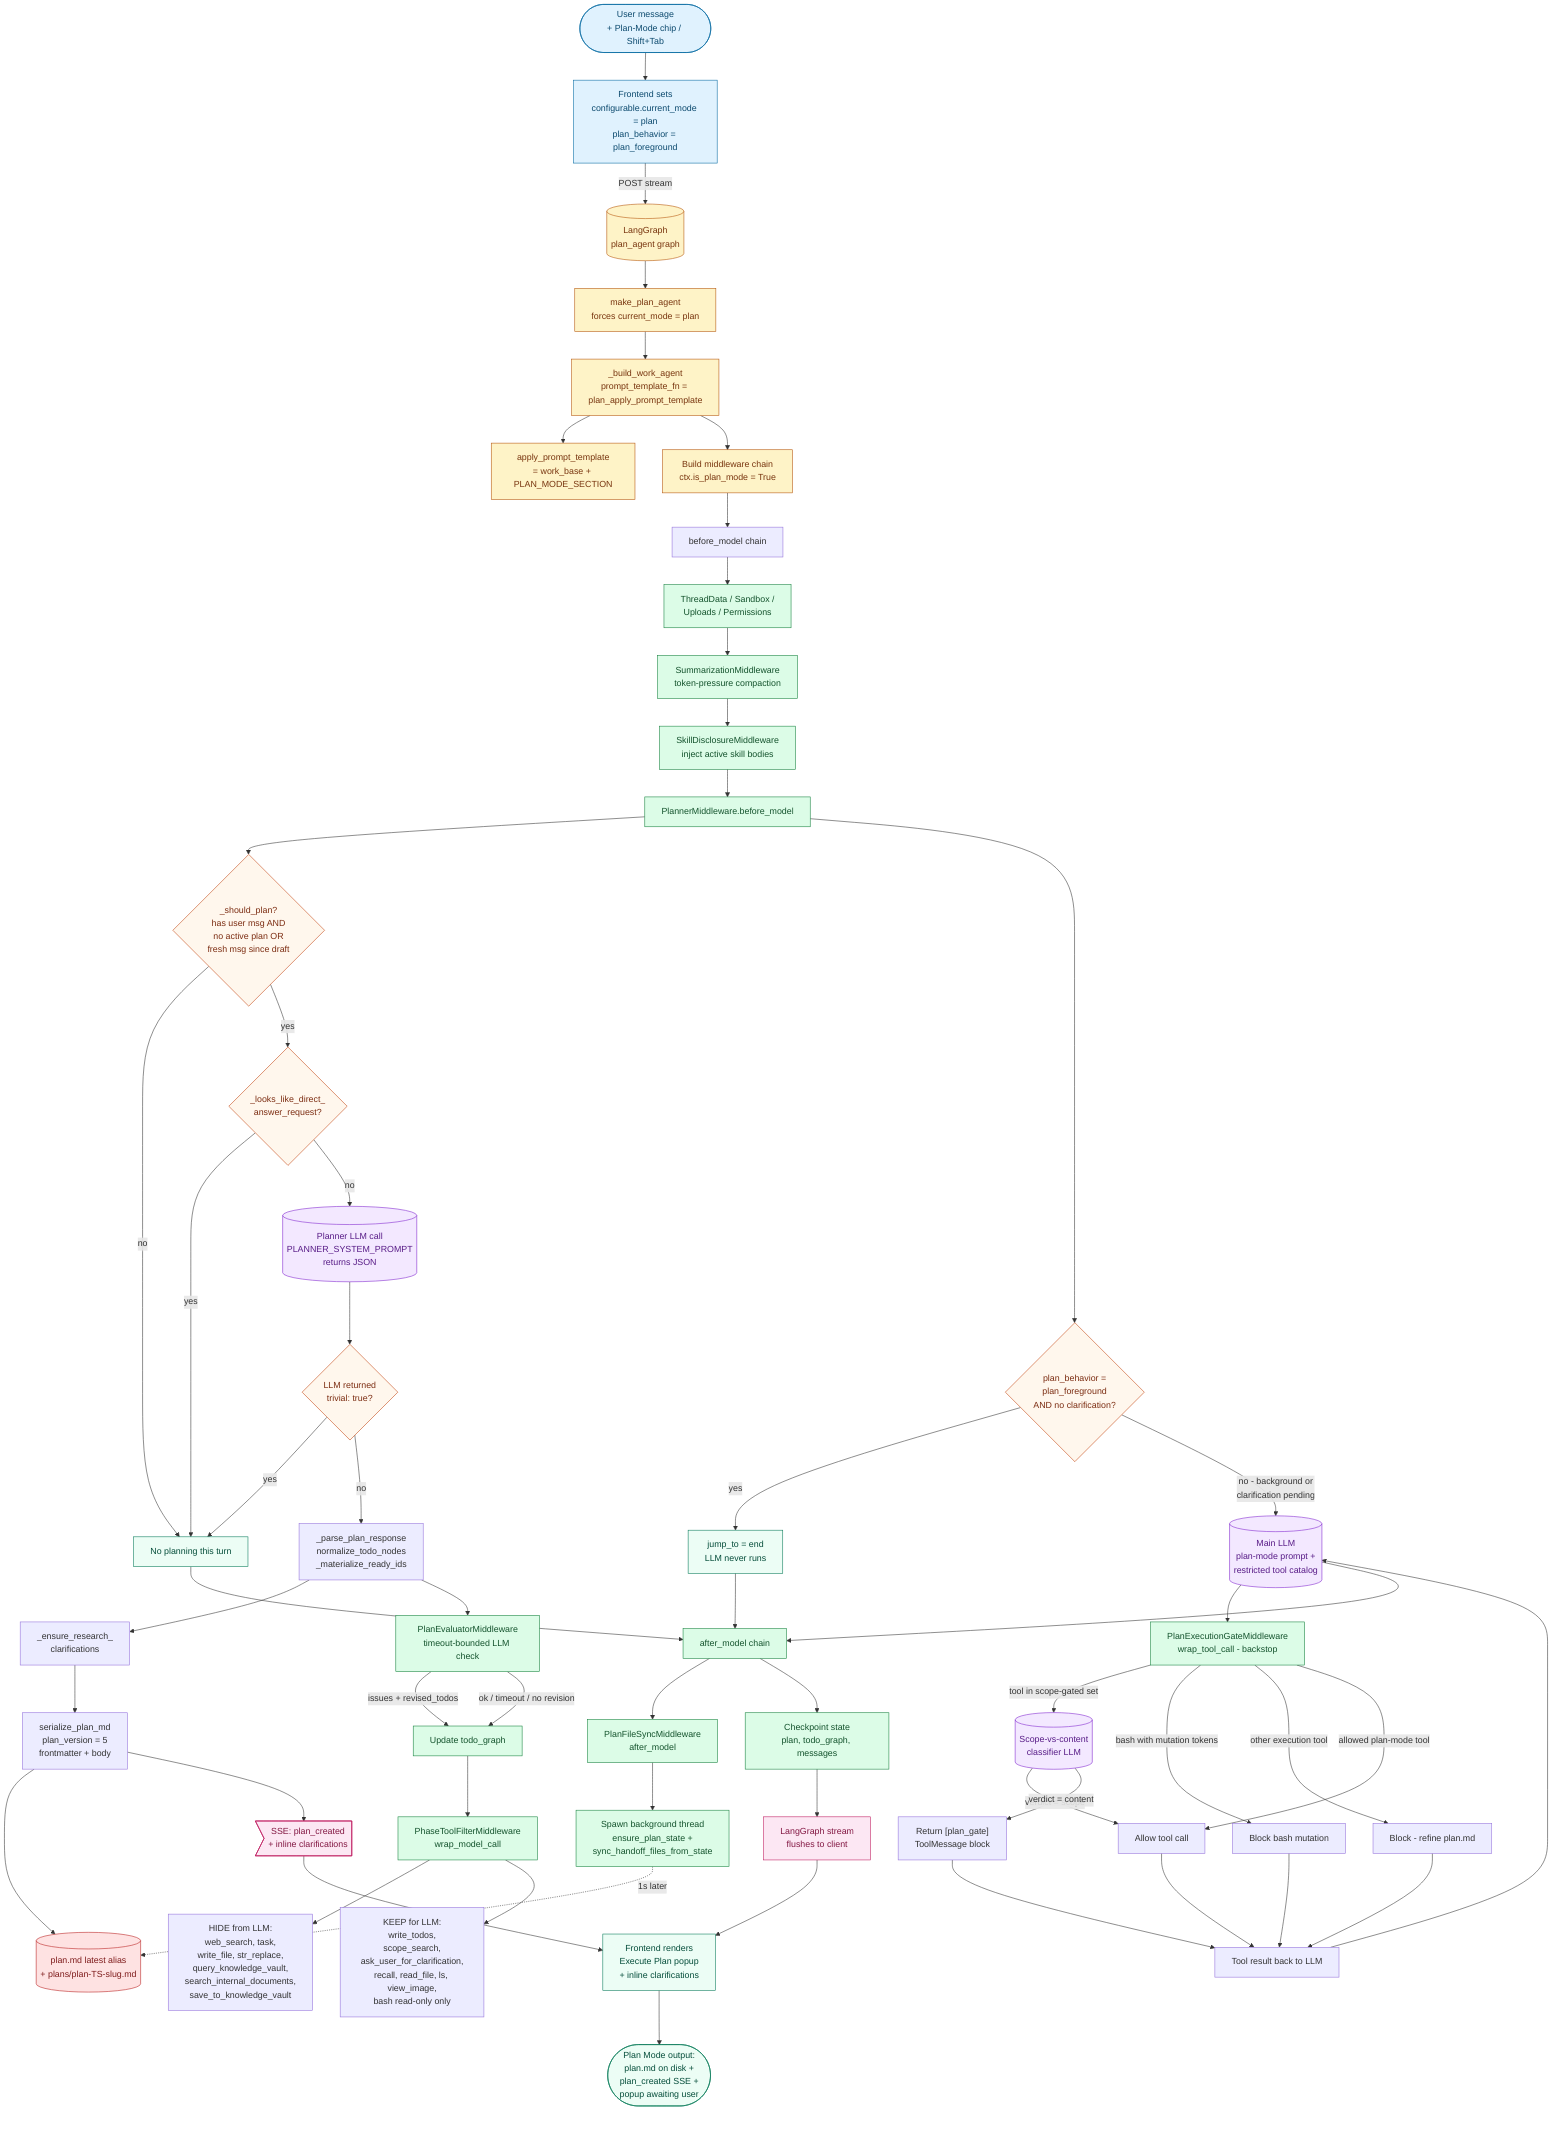
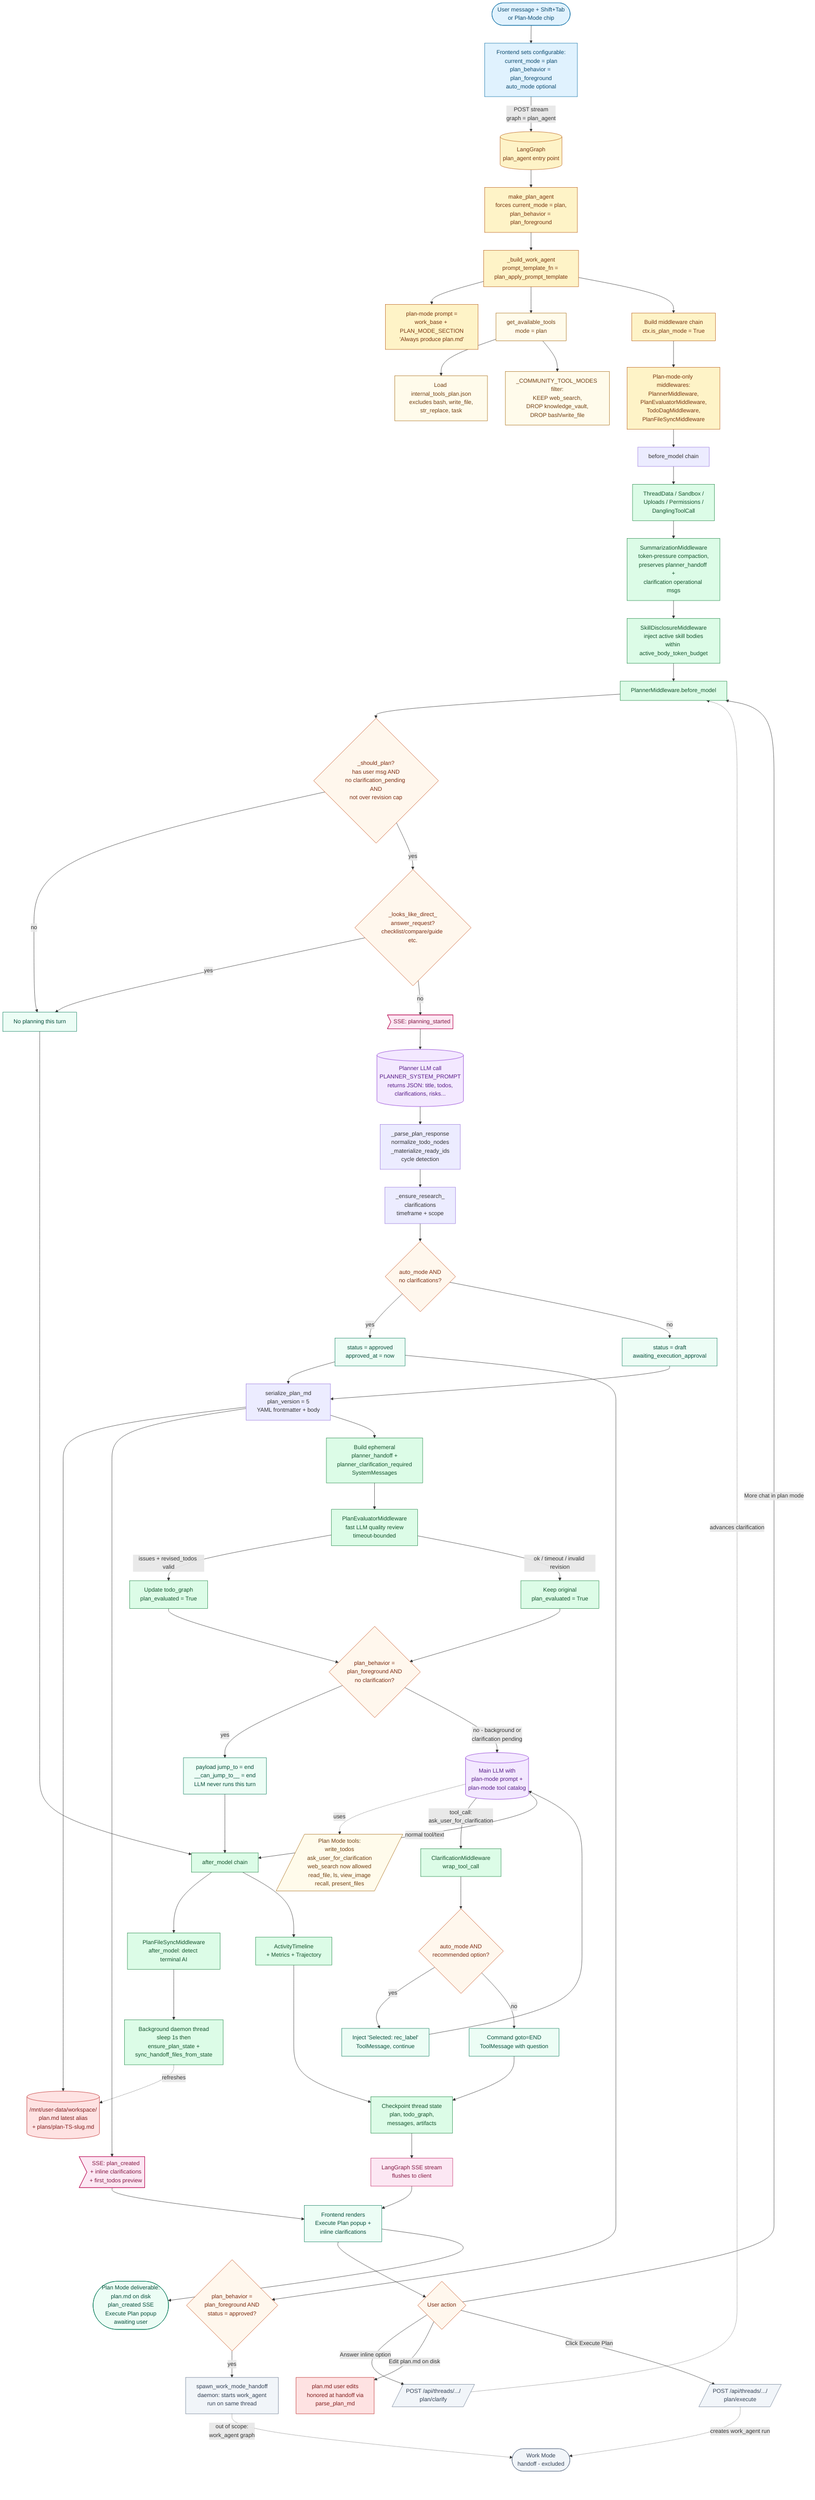
flowchart TD
    %% ===== USER ENTRY =====
-     U([User message<br/>+ Plan-Mode chip / Shift+Tab])
-     FE[Frontend sets<br/>configurable.current_mode = plan<br/>plan_behavior = plan_foreground]
+     U([User message + Shift+Tab<br/>or Plan-Mode chip])
+     FE[Frontend sets configurable:<br/>current_mode = plan<br/>plan_behavior = plan_foreground<br/>auto_mode optional]
    U --> FE
-     FE -->|POST stream| LG[(LangGraph<br/>plan_agent graph)]
+     FE -->|POST stream<br/>graph = plan_agent| LG[(LangGraph<br/>plan_agent entry point)]

-     %% ===== FACTORY =====
-     LG --> MAKE[make_plan_agent<br/>forces current_mode = plan]
+     %% ===== FACTORY (build-time, per-mode catalog selection) =====
+     LG --> MAKE[make_plan_agent<br/>forces current_mode = plan,<br/>plan_behavior = plan_foreground]
    MAKE --> BUILD[_build_work_agent<br/>prompt_template_fn = plan_apply_prompt_template]
-     BUILD --> PROMPT[apply_prompt_template<br/>= work_base + PLAN_MODE_SECTION]
+     BUILD --> PROMPT[plan-mode prompt =<br/>work_base + PLAN_MODE_SECTION<br/>'Always produce plan.md']
+     BUILD --> CATALOG[get_available_tools<br/>mode = plan]
+     CATALOG --> JSON[Load internal_tools_plan.json<br/>excludes bash, write_file,<br/>str_replace, task]
+     CATALOG --> COMM[_COMMUNITY_TOOL_MODES filter:<br/>KEEP web_search,<br/>DROP knowledge_vault,<br/>DROP bash/write_file]
    BUILD --> MW[Build middleware chain<br/>ctx.is_plan_mode = True]
+     MW --> PMS[Plan-mode-only middlewares:<br/>PlannerMiddleware,<br/>PlanEvaluatorMiddleware,<br/>TodoDagMiddleware,<br/>PlanFileSyncMiddleware]

    %% ===== BEFORE-MODEL CHAIN =====
-     MW --> BM[before_model chain]
-     BM --> SETUP[ThreadData / Sandbox /<br/>Uploads / Permissions]
-     SETUP --> SUMM[SummarizationMiddleware<br/>token-pressure compaction]
-     SUMM --> SKILL[SkillDisclosureMiddleware<br/>inject active skill bodies]
+     PMS --> BM[before_model chain]
+     BM --> SETUP[ThreadData / Sandbox /<br/>Uploads / Permissions /<br/>DanglingToolCall]
+     SETUP --> SUMM[SummarizationMiddleware<br/>token-pressure compaction,<br/>preserves planner_handoff +<br/>clarification operational msgs]
+     SUMM --> SKILL[SkillDisclosureMiddleware<br/>inject active skill bodies<br/>within active_body_token_budget]

    %% ===== PLANNER =====
    SKILL --> PM[PlannerMiddleware.before_model]
-     PM --> SHOULD{_should_plan?<br/>has user msg AND<br/>no active plan OR<br/>fresh msg since draft}
+     PM --> SHOULD{_should_plan?<br/>has user msg AND<br/>no clarification_pending AND<br/>not over revision cap}
    SHOULD -->|no| SKIPPED[No planning this turn]
-     SHOULD -->|yes| DIRECT{_looks_like_direct_<br/>answer_request?}
+     SHOULD -->|yes| DIRECT{_looks_like_direct_<br/>answer_request?<br/>checklist/compare/guide etc.}
    DIRECT -->|yes| SKIPPED
-     DIRECT -->|no| LLM1[(Planner LLM call<br/>PLANNER_SYSTEM_PROMPT<br/>returns JSON)]
-     LLM1 --> TRIV{LLM returned<br/>trivial: true?}
-     TRIV -->|yes| SKIPPED
-     TRIV -->|no| PARSE[_parse_plan_response<br/>normalize_todo_nodes<br/>_materialize_ready_ids]
-     PARSE --> CLAR[_ensure_research_<br/>clarifications]
-     CLAR --> SERIAL[serialize_plan_md<br/>plan_version = 5<br/>frontmatter + body]
-     SERIAL --> DISK[(plan.md latest alias<br/>+ plans/plan-TS-slug.md)]
-     SERIAL --> SSE1>SSE: plan_created<br/>+ inline clarifications]
+     DIRECT -->|no| SSEPLAN>SSE: planning_started]
+     SSEPLAN --> LLM1[(Planner LLM call<br/>PLANNER_SYSTEM_PROMPT<br/>returns JSON: title, todos,<br/>clarifications, risks...)]
+     LLM1 --> PARSE[_parse_plan_response<br/>normalize_todo_nodes<br/>_materialize_ready_ids<br/>cycle detection]
+     PARSE --> CLAR[_ensure_research_<br/>clarifications<br/>timeframe + scope]
+     CLAR --> STATUS{auto_mode AND<br/>no clarifications?}
+     STATUS -->|yes| APPR[status = approved<br/>approved_at = now]
+     STATUS -->|no| DRAFT[status = draft<br/>awaiting_execution_approval]
+     APPR --> SERIAL[serialize_plan_md<br/>plan_version = 5<br/>YAML frontmatter + body]
+     DRAFT --> SERIAL
+     SERIAL --> DISK[(/mnt/user-data/workspace/<br/>plan.md latest alias<br/>+ plans/plan-TS-slug.md)]
+     SERIAL --> SSE1>SSE: plan_created<br/>+ inline clarifications<br/>+ first_todos preview]
+     SERIAL --> HANDOFFMSG[Build ephemeral<br/>planner_handoff +<br/>planner_clarification_required<br/>SystemMessages]

    %% ===== PLAN EVALUATOR =====
-     PARSE --> PE[PlanEvaluatorMiddleware<br/>timeout-bounded LLM check]
-     PE -->|issues + revised_todos| GRAPH[Update todo_graph]
-     PE -->|ok / timeout / no revision| GRAPH
+     HANDOFFMSG --> PE[PlanEvaluatorMiddleware<br/>fast LLM quality review<br/>timeout-bounded]
+     PE -->|issues + revised_todos valid| REVISE[Update todo_graph<br/>plan_evaluated = True]
+     PE -->|ok / timeout / invalid revision| KEEP[Keep original<br/>plan_evaluated = True]

-     %% ===== TOOL FILTER =====
-     GRAPH --> PTF[PhaseToolFilterMiddleware<br/>wrap_model_call]
-     PTF --> HIDE[HIDE from LLM:<br/>web_search, task,<br/>write_file, str_replace,<br/>query_knowledge_vault,<br/>search_internal_documents,<br/>save_to_knowledge_vault]
-     PTF --> KEEP[KEEP for LLM:<br/>write_todos,<br/>scope_search,<br/>ask_user_for_clarification,<br/>recall, read_file, ls, view_image,<br/>bash read-only only]
+     %% ===== AUTO-APPROVED SHORTCUT (auto_mode only) =====
+     APPR --> WHANDOFF{plan_behavior =<br/>plan_foreground AND<br/>status = approved?}
+     WHANDOFF -->|yes| SPAWN[spawn_work_mode_handoff<br/>daemon: starts work_agent<br/>run on same thread]
+     SPAWN -.->|out of scope:<br/>work_agent graph| OOS([Work Mode<br/>handoff - excluded])

-     %% ===== JUMP TO END FOR FOREGROUND =====
-     PM --> JUMP{plan_behavior =<br/>plan_foreground<br/>AND no clarification?}
-     JUMP -->|yes| END1[jump_to = end<br/>LLM never runs]
-     JUMP -->|no - background or<br/>clarification pending| LLM2[(Main LLM<br/>plan-mode prompt +<br/>restricted tool catalog)]
+     %% ===== FOREGROUND JUMP =====
+     REVISE --> JUMP{plan_behavior =<br/>plan_foreground AND<br/>no clarification?}
+     KEEP --> JUMP
+     JUMP -->|yes| END1[payload jump_to = end<br/>__can_jump_to__ = end<br/>LLM never runs this turn]
+     JUMP -->|no - background or<br/>clarification pending| LLM2[(Main LLM with<br/>plan-mode prompt +<br/>plan-mode tool catalog)]

-     %% ===== RUNTIME GATE =====
-     LLM2 --> GATE[PlanExecutionGateMiddleware<br/>wrap_tool_call - backstop]
-     GATE -->|tool in scope-gated set| CLS[(Scope-vs-content<br/>classifier LLM)]
-     CLS -->|verdict = scope| ALLOW[Allow tool call]
-     CLS -->|verdict = content| BLOCK1["Return [plan_gate]<br/>ToolMessage block"]
-     GATE -->|bash with mutation tokens| BLOCK2["Block bash mutation"]
-     GATE -->|other execution tool| BLOCK3["Block - refine plan.md"]
-     GATE -->|allowed plan-mode tool| ALLOW
+     %% ===== TOOLS AVAILABLE TO LLM IN PLAN MODE =====
+     LLM2 -.uses.-> TOOLS[/Plan Mode tools:<br/>write_todos<br/>ask_user_for_clarification<br/>web_search now allowed<br/>read_file, ls, view_image<br/>recall, present_files/]

-     ALLOW --> TOOLRES[Tool result back to LLM]
-     BLOCK1 --> TOOLRES
-     BLOCK2 --> TOOLRES
-     BLOCK3 --> TOOLRES
-     TOOLRES --> LLM2
+     %% ===== CLARIFICATION INTERCEPT =====
+     LLM2 -->|tool_call:<br/>ask_user_for_clarification| CM[ClarificationMiddleware<br/>wrap_tool_call]
+     CM --> AUTOQ{auto_mode AND<br/>recommended option?}
+     AUTOQ -->|yes| FAKE[Inject 'Selected: rec_label'<br/>ToolMessage, continue]
+     AUTOQ -->|no| ENDC[Command goto=END<br/>ToolMessage with question]
+     FAKE --> LLM2
+     ENDC --> CHECK
+     LLM2 -->|normal tool/text| AM

-     %% ===== PERSISTENCE =====
-     LLM2 --> AM[after_model chain]
-     SKIPPED --> AM
+     %% ===== AFTER MODEL =====
+     SKIPPED --> AM[after_model chain]
    END1 --> AM
-     AM --> PFS[PlanFileSyncMiddleware<br/>after_model]
-     PFS --> DAEMON[Spawn background thread<br/>ensure_plan_state +<br/>sync_handoff_files_from_state]
-     DAEMON -.->|1s later| DISK
-     AM --> CHECK[Checkpoint state<br/>plan, todo_graph, messages]
+     AM --> PFS[PlanFileSyncMiddleware<br/>after_model: detect terminal AI]
+     PFS --> DAEMON[Background daemon thread<br/>sleep 1s then<br/>ensure_plan_state +<br/>sync_handoff_files_from_state]
+     DAEMON -.refreshes.-> DISK
+     AM --> TIMELINE[ActivityTimeline<br/>+ Metrics + Trajectory]
+     TIMELINE --> CHECK[Checkpoint thread state<br/>plan, todo_graph,<br/>messages, artifacts]

    %% ===== STREAM TO FRONTEND =====
-     SSE1 --> POPUP[Frontend renders<br/>Execute Plan popup<br/>+ inline clarifications]
-     CHECK --> STREAM[LangGraph stream<br/>flushes to client]
+     SSE1 --> POPUP[Frontend renders<br/>Execute Plan popup +<br/>inline clarifications]
+     CHECK --> STREAM[LangGraph SSE stream<br/>flushes to client]
    STREAM --> POPUP

-     %% ===== FINAL OUTPUT OF PLAN MODE =====
-     POPUP --> FINAL([Plan Mode output:<br/>plan.md on disk +<br/>plan_created SSE +<br/>popup awaiting user])
+     %% ===== USER ACTIONS POST-PLAN =====
+     POPUP --> ACTION{User action}
+     ACTION -->|Answer inline option| API1[/POST /api/threads/.../<br/>plan/clarify/]
+     ACTION -->|Edit plan.md on disk| EDIT[plan.md user edits<br/>honored at handoff via<br/>parse_plan_md]
+     ACTION -->|Click Execute Plan| API2[/POST /api/threads/.../<br/>plan/execute/]
+     ACTION -->|More chat in plan mode| PM
+     API1 -.advances clarification.-> PM
+     API2 -.creates work_agent run.-> OOS
+ 
+     %% ===== FINAL OUTPUT =====
+     POPUP --> FINAL([Plan Mode deliverable:<br/>plan.md on disk<br/>plan_created SSE<br/>Execute Plan popup<br/>awaiting user])

    %% ===== STYLE =====
    classDef trigger fill:#e0f2fe,stroke:#0369a1,color:#0c4a6e
    classDef factory fill:#fef3c7,stroke:#b45309,color:#78350f
    classDef middleware fill:#dcfce7,stroke:#15803d,color:#14532d
    classDef llm fill:#f3e8ff,stroke:#7e22ce,color:#581c87
    classDef disk fill:#fee2e2,stroke:#b91c1c,color:#7f1d1d
    classDef sse fill:#fce7f3,stroke:#be185d,color:#831843
    classDef branch fill:#fff7ed,stroke:#c2410c,color:#7c2d12
    classDef terminal fill:#ecfdf5,stroke:#047857,color:#064e3b
+     classDef catalog fill:#fffbeb,stroke:#a16207,color:#713f12
+     classDef oos fill:#f1f5f9,stroke:#64748b,color:#334155

    class U,FE trigger
-     class LG,MAKE,BUILD,PROMPT,MW factory
-     class SETUP,SUMM,SKILL,PM,PE,GRAPH,PTF,GATE,PFS,DAEMON,AM,CHECK middleware
-     class LLM1,LLM2,CLS llm
-     class DISK disk
-     class SSE1,STREAM sse
-     class SHOULD,DIRECT,TRIV,JUMP branch
-     class FINAL,POPUP,SKIPPED,END1 terminal
+     class LG,MAKE,BUILD,PROMPT,MW,PMS factory
+     class SETUP,SUMM,SKILL,PM,PE,REVISE,KEEP,CM,PFS,DAEMON,AM,TIMELINE,CHECK,HANDOFFMSG middleware
+     class LLM1,LLM2 llm
+     class DISK,EDIT disk
+     class SSE1,SSEPLAN,STREAM sse
+     class SHOULD,DIRECT,STATUS,JUMP,WHANDOFF,AUTOQ,ACTION branch
+     class FINAL,POPUP,SKIPPED,END1,APPR,DRAFT,FAKE,ENDC terminal
+     class CATALOG,JSON,COMM,TOOLS catalog
+     class OOS,SPAWN,API1,API2 oos
